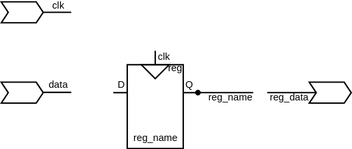
The draw.io diagram .pic/Basic Verilog structures/registers/fig_03.drawio.svg in MPSU/APS, before a commit. Source tidied: cells renumbered, new cells last; positions are measured from the earlier drawing's top-left corner, leaving out a move shared by most shapes. Its diagram source:
```xml
<mxGraphModel>
  <root>
    <mxCell id="0" />
    <mxCell id="1" parent="0" />
    <mxCell id="2" value="&lt;font style=&quot;font-size: 7px;&quot;&gt;reg_name&lt;/font&gt;" style="rounded=0;whiteSpace=wrap;html=1;verticalAlign=bottom;spacingBottom=0;fillColor=none;" parent="1" vertex="1">
      <mxGeometry x="89.5" y="45" width="40" height="60" as="geometry" />
    </mxCell>
    <mxCell id="3" value="reg" style="text;html=1;strokeColor=none;fillColor=none;align=center;verticalAlign=middle;whiteSpace=wrap;rounded=0;fontSize=7;" parent="1" vertex="1">
      <mxGeometry x="116.5" y="44" width="14" height="8" as="geometry" />
    </mxCell>
    <mxCell id="4" style="endArrow=none;html=1;rounded=0;fontSize=7;" parent="1" edge="1">
      <mxGeometry relative="1" as="geometry">
        <mxPoint x="89.5" y="65" as="sourcePoint" />
        <mxPoint x="79.5" y="65" as="targetPoint" />
      </mxGeometry>
    </mxCell>
    <mxCell id="5" style="endArrow=none;html=1;rounded=0;fontSize=7;" parent="1" edge="1">
      <mxGeometry relative="1" as="geometry">
        <mxPoint x="139.5" y="65" as="sourcePoint" />
        <mxPoint x="129.5" y="65" as="targetPoint" />
      </mxGeometry>
    </mxCell>
    <mxCell id="6" style="endArrow=none;html=1;rounded=0;fontSize=7;" parent="1" edge="1">
      <mxGeometry relative="1" as="geometry">
        <mxPoint x="109.5" y="45" as="sourcePoint" />
        <mxPoint x="109.5" y="35" as="targetPoint" />
      </mxGeometry>
    </mxCell>
    <mxCell id="7" style="triangle;whiteSpace=wrap;html=1;fontSize=7;rotation=90;fillColor=none;" parent="1" vertex="1">
      <mxGeometry x="104.5" y="40" width="10" height="20" as="geometry" />
    </mxCell>
    <mxCell id="8" value="D" style="text;html=1;strokeColor=none;fillColor=none;align=center;verticalAlign=middle;whiteSpace=wrap;rounded=0;fontSize=7;" parent="1" vertex="1">
      <mxGeometry x="82.5" y="55" width="5" height="10" as="geometry" />
    </mxCell>
    <mxCell id="9" value="Q" style="text;html=1;strokeColor=none;fillColor=none;align=center;verticalAlign=middle;whiteSpace=wrap;rounded=0;fontSize=7;" parent="1" vertex="1">
      <mxGeometry x="130.5" y="55" width="6" height="10" as="geometry" />
    </mxCell>
    <mxCell id="10" value="clk" style="text;html=1;strokeColor=none;fillColor=none;align=center;verticalAlign=middle;whiteSpace=wrap;rounded=0;fontSize=7;" parent="1" vertex="1">
      <mxGeometry x="110.5" y="35" width="10" height="10" as="geometry" />
    </mxCell>
    <mxCell id="11" style="endArrow=none;html=1;rounded=0;fontSize=7;startArrow=oval;startFill=1;startSize=3;" parent="1" edge="1">
      <mxGeometry relative="1" as="geometry">
        <mxPoint x="140" y="65" as="sourcePoint" />
        <mxPoint x="179.5" y="65" as="targetPoint" />
      </mxGeometry>
    </mxCell>
    <mxCell id="12" value="&lt;font style=&quot;font-size: 7px;&quot;&gt;reg_name&lt;/font&gt;" style="edgeLabel;html=1;align=center;verticalAlign=middle;fontSize=7;labelBackgroundColor=none;" parent="11" vertex="1">
      <mxGeometry x="0.13" relative="1" as="geometry">
        <mxPoint y="3" as="offset" />
      </mxGeometry>
    </mxCell>
    <mxCell id="13" style="shape=step;perimeter=stepPerimeter;whiteSpace=wrap;html=1;fixedSize=1;labelBackgroundColor=#CB9EFF;fontSize=7;fillColor=none;size=5;" parent="1" vertex="1">
      <mxGeometry x="-0.5" width="30" height="15" as="geometry" />
    </mxCell>
    <mxCell id="14" style="shape=step;perimeter=stepPerimeter;whiteSpace=wrap;html=1;fixedSize=1;labelBackgroundColor=#CB9EFF;fontSize=7;fillColor=none;size=5;" parent="1" vertex="1">
      <mxGeometry x="-0.5" y="57.5" width="30" height="15" as="geometry" />
    </mxCell>
    <mxCell id="15" style="endArrow=none;html=1;rounded=0;fontSize=7;" parent="1" edge="1">
      <mxGeometry relative="1" as="geometry">
        <mxPoint x="49.5" y="64.8" as="sourcePoint" />
        <mxPoint x="29.5" y="64.8" as="targetPoint" />
      </mxGeometry>
    </mxCell>
    <mxCell id="16" value="data" style="edgeLabel;html=1;align=center;verticalAlign=middle;fontSize=7;labelBackgroundColor=none;" parent="15" vertex="1">
      <mxGeometry x="0.2" relative="1" as="geometry">
        <mxPoint x="2" y="-5" as="offset" />
      </mxGeometry>
    </mxCell>
    <mxCell id="17" style="endArrow=none;html=1;rounded=0;fontSize=7;" parent="1" edge="1">
      <mxGeometry relative="1" as="geometry">
        <mxPoint x="29.5" y="7.5" as="sourcePoint" />
        <mxPoint x="49.5" y="7.5" as="targetPoint" />
      </mxGeometry>
    </mxCell>
    <mxCell id="18" value="&lt;div&gt;clk&lt;/div&gt;" style="edgeLabel;html=1;align=center;verticalAlign=middle;fontSize=7;labelBackgroundColor=none;" parent="17" vertex="1">
      <mxGeometry x="0.4" y="-1" relative="1" as="geometry">
        <mxPoint x="-4" y="-6" as="offset" />
      </mxGeometry>
    </mxCell>
    <mxCell id="19" style="shape=step;perimeter=stepPerimeter;whiteSpace=wrap;html=1;fixedSize=1;labelBackgroundColor=#CB9EFF;fontSize=7;fillColor=none;size=5;" parent="1" vertex="1">
      <mxGeometry x="219.5" y="57.5" width="30" height="15" as="geometry" />
    </mxCell>
    <mxCell id="20" style="endArrow=none;html=1;rounded=0;fontSize=7;" parent="1" edge="1">
      <mxGeometry relative="1" as="geometry">
        <mxPoint x="224.5" y="65" as="sourcePoint" />
        <mxPoint x="189.5" y="65" as="targetPoint" />
      </mxGeometry>
    </mxCell>
    <mxCell id="21" value="reg_data" style="edgeLabel;html=1;align=center;verticalAlign=middle;fontSize=7;labelBackgroundColor=none;" parent="20" vertex="1">
      <mxGeometry x="0.2" relative="1" as="geometry">
        <mxPoint x="1" y="3" as="offset" />
      </mxGeometry>
    </mxCell>
  </root>
</mxGraphModel>
```
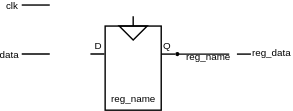
The same diagram one commit later.

The edit, as a diff of the source:
```diff
@@ -1,95 +1,75 @@
-<mxGraphModel>
+<mxGraphModel background="#ffffff">
   <root>
     <mxCell id="0" />
     <mxCell id="1" parent="0" />
     <mxCell id="2" value="&lt;font style=&quot;font-size: 7px;&quot;&gt;reg_name&lt;/font&gt;" style="rounded=0;whiteSpace=wrap;html=1;verticalAlign=bottom;spacingBottom=0;fillColor=none;" parent="1" vertex="1">
-      <mxGeometry x="89.5" y="45" width="40" height="60" as="geometry" />
+      <mxGeometry x="95.5" y="7" width="40" height="60" as="geometry" />
     </mxCell>
-    <mxCell id="3" value="reg" style="text;html=1;strokeColor=none;fillColor=none;align=center;verticalAlign=middle;whiteSpace=wrap;rounded=0;fontSize=7;" parent="1" vertex="1">
-      <mxGeometry x="116.5" y="44" width="14" height="8" as="geometry" />
+    <mxCell id="3" style="endArrow=none;html=1;rounded=0;fontSize=7;" parent="1" edge="1">
+      <mxGeometry relative="1" as="geometry">
+        <mxPoint x="145.5" y="27" as="sourcePoint" />
+        <mxPoint x="135.5" y="27" as="targetPoint" />
+      </mxGeometry>
     </mxCell>
-    <mxCell id="4" style="endArrow=none;html=1;rounded=0;fontSize=7;" parent="1" edge="1">
+    <mxCell id="4" style="edgeStyle=orthogonalEdgeStyle;rounded=0;orthogonalLoop=1;jettySize=auto;html=1;endArrow=none;endFill=0;" parent="1" edge="1">
       <mxGeometry relative="1" as="geometry">
-        <mxPoint x="89.5" y="65" as="sourcePoint" />
-        <mxPoint x="79.5" y="65" as="targetPoint" />
+        <mxPoint x="56" y="-8" as="sourcePoint" />
+        <mxPoint x="36" y="-8" as="targetPoint" />
+        <Array as="points">
+          <mxPoint x="46" y="-8" />
+          <mxPoint x="46" y="-8" />
+        </Array>
       </mxGeometry>
     </mxCell>
-    <mxCell id="5" style="endArrow=none;html=1;rounded=0;fontSize=7;" parent="1" edge="1">
+    <mxCell id="5" style="edgeStyle=orthogonalEdgeStyle;rounded=0;jettySize=auto;html=1;exitX=0;exitY=0.5;exitDx=0;exitDy=0;endArrow=none;endFill=0;" parent="1" edge="1" source="6">
       <mxGeometry relative="1" as="geometry">
-        <mxPoint x="139.5" y="65" as="sourcePoint" />
-        <mxPoint x="129.5" y="65" as="targetPoint" />
+        <mxPoint x="115.5" as="targetPoint" />
       </mxGeometry>
     </mxCell>
-    <mxCell id="6" style="endArrow=none;html=1;rounded=0;fontSize=7;" parent="1" edge="1">
-      <mxGeometry relative="1" as="geometry">
-        <mxPoint x="109.5" y="45" as="sourcePoint" />
-        <mxPoint x="109.5" y="35" as="targetPoint" />
-      </mxGeometry>
+    <mxCell id="6" style="triangle;whiteSpace=wrap;html=1;fontSize=7;rotation=90;fillColor=none;" parent="1" vertex="1">
+      <mxGeometry x="110.5" y="2" width="10" height="20" as="geometry" />
     </mxCell>
-    <mxCell id="7" style="triangle;whiteSpace=wrap;html=1;fontSize=7;rotation=90;fillColor=none;" parent="1" vertex="1">
-      <mxGeometry x="104.5" y="40" width="10" height="20" as="geometry" />
+    <mxCell id="7" value="Q" style="text;html=1;strokeColor=none;fillColor=none;align=center;verticalAlign=middle;whiteSpace=wrap;rounded=0;fontSize=7;" parent="1" vertex="1">
+      <mxGeometry x="136.5" y="17" width="6" height="10" as="geometry" />
     </mxCell>
-    <mxCell id="8" value="D" style="text;html=1;strokeColor=none;fillColor=none;align=center;verticalAlign=middle;whiteSpace=wrap;rounded=0;fontSize=7;" parent="1" vertex="1">
-      <mxGeometry x="82.5" y="55" width="5" height="10" as="geometry" />
+    <mxCell id="8" style="endArrow=none;html=1;rounded=0;fontSize=7;startArrow=oval;startFill=1;endSize=6;startSize=2;" parent="1" edge="1">
+      <mxGeometry relative="1" as="geometry">
+        <mxPoint x="147" y="27" as="sourcePoint" />
+        <mxPoint x="184" y="27" as="targetPoint" />
+      </mxGeometry>
     </mxCell>
-    <mxCell id="9" value="Q" style="text;html=1;strokeColor=none;fillColor=none;align=center;verticalAlign=middle;whiteSpace=wrap;rounded=0;fontSize=7;" parent="1" vertex="1">
-      <mxGeometry x="130.5" y="55" width="6" height="10" as="geometry" />
+    <mxCell id="9" style="endArrow=none;html=1;rounded=0;fontSize=7;" parent="1" edge="1">
+      <mxGeometry relative="1" as="geometry">
+        <mxPoint x="189.5" y="27" as="sourcePoint" />
+        <mxPoint x="199.5" y="27" as="targetPoint" />
+      </mxGeometry>
     </mxCell>
-    <mxCell id="10" value="clk" style="text;html=1;strokeColor=none;fillColor=none;align=center;verticalAlign=middle;whiteSpace=wrap;rounded=0;fontSize=7;" parent="1" vertex="1">
-      <mxGeometry x="110.5" y="35" width="10" height="10" as="geometry" />
+    <mxCell id="10" value="reg_data" style="edgeLabel;html=1;align=center;verticalAlign=middle;fontSize=7;labelBackgroundColor=none;" parent="1" vertex="1">
+      <mxGeometry x="214" y="27" as="geometry" />
     </mxCell>
-    <mxCell id="11" style="endArrow=none;html=1;rounded=0;fontSize=7;startArrow=oval;startFill=1;startSize=3;" parent="1" edge="1">
-      <mxGeometry relative="1" as="geometry">
-        <mxPoint x="140" y="65" as="sourcePoint" />
-        <mxPoint x="179.5" y="65" as="targetPoint" />
-      </mxGeometry>
+    <mxCell id="11" value="data" style="edgeLabel;html=1;align=center;verticalAlign=middle;fontSize=7;labelBackgroundColor=none;" parent="1" vertex="1">
+      <mxGeometry x="27" y="27" as="geometry" />
     </mxCell>
-    <mxCell id="12" value="&lt;font style=&quot;font-size: 7px;&quot;&gt;reg_name&lt;/font&gt;" style="edgeLabel;html=1;align=center;verticalAlign=middle;fontSize=7;labelBackgroundColor=none;" parent="11" vertex="1">
-      <mxGeometry x="0.13" relative="1" as="geometry">
-        <mxPoint y="3" as="offset" />
-      </mxGeometry>
+    <mxCell id="12" value="clk" style="edgeLabel;html=1;align=center;verticalAlign=middle;fontSize=7;labelBackgroundColor=none;" parent="1" vertex="1">
+      <mxGeometry x="29" y="-8" as="geometry" />
     </mxCell>
-    <mxCell id="13" style="shape=step;perimeter=stepPerimeter;whiteSpace=wrap;html=1;fixedSize=1;labelBackgroundColor=#CB9EFF;fontSize=7;fillColor=none;size=5;" parent="1" vertex="1">
-      <mxGeometry x="-0.5" width="30" height="15" as="geometry" />
+    <mxCell id="13" style="edgeStyle=orthogonalEdgeStyle;rounded=0;orthogonalLoop=1;jettySize=auto;html=1;exitX=0;exitY=0.75;exitDx=0;exitDy=0;exitPerimeter=0;endArrow=none;endFill=0;" parent="1" edge="1">
+      <mxGeometry relative="1" as="geometry">
+        <mxPoint x="56" y="26.9" as="sourcePoint" />
+        <mxPoint x="36" y="26.9" as="targetPoint" />
+      </mxGeometry>
     </mxCell>
-    <mxCell id="14" style="shape=step;perimeter=stepPerimeter;whiteSpace=wrap;html=1;fixedSize=1;labelBackgroundColor=#CB9EFF;fontSize=7;fillColor=none;size=5;" parent="1" vertex="1">
-      <mxGeometry x="-0.5" y="57.5" width="30" height="15" as="geometry" />
+    <mxCell id="14" style="edgeStyle=orthogonalEdgeStyle;rounded=0;orthogonalLoop=1;jettySize=auto;html=1;exitX=0;exitY=0.75;exitDx=0;exitDy=0;exitPerimeter=0;endArrow=none;endFill=0;" parent="1" edge="1">
+      <mxGeometry relative="1" as="geometry">
+        <mxPoint x="95" y="26.9" as="sourcePoint" />
+        <mxPoint x="85" y="26.9" as="targetPoint" />
+      </mxGeometry>
     </mxCell>
-    <mxCell id="15" style="endArrow=none;html=1;rounded=0;fontSize=7;" parent="1" edge="1">
-      <mxGeometry relative="1" as="geometry">
-        <mxPoint x="49.5" y="64.8" as="sourcePoint" />
-        <mxPoint x="29.5" y="64.8" as="targetPoint" />
-      </mxGeometry>
+    <mxCell id="15" value="D" style="text;html=1;strokeColor=none;fillColor=none;align=center;verticalAlign=middle;whiteSpace=wrap;rounded=0;fontSize=7;" parent="1" vertex="1">
+      <mxGeometry x="87.5" y="17" width="6" height="10" as="geometry" />
     </mxCell>
-    <mxCell id="16" value="data" style="edgeLabel;html=1;align=center;verticalAlign=middle;fontSize=7;labelBackgroundColor=none;" parent="15" vertex="1">
-      <mxGeometry x="0.2" relative="1" as="geometry">
-        <mxPoint x="2" y="-5" as="offset" />
-      </mxGeometry>
+    <mxCell id="16" value="&lt;font style=&quot;font-size: 7px;&quot;&gt;reg_name&lt;/font&gt;" style="edgeLabel;html=1;align=center;verticalAlign=middle;fontSize=7;labelBackgroundColor=none;" parent="1" vertex="1">
+      <mxGeometry x="168.9" y="29.9" as="geometry" />
     </mxCell>
-    <mxCell id="17" style="endArrow=none;html=1;rounded=0;fontSize=7;" parent="1" edge="1">
-      <mxGeometry relative="1" as="geometry">
-        <mxPoint x="29.5" y="7.5" as="sourcePoint" />
-        <mxPoint x="49.5" y="7.5" as="targetPoint" />
-      </mxGeometry>
-    </mxCell>
-    <mxCell id="18" value="&lt;div&gt;clk&lt;/div&gt;" style="edgeLabel;html=1;align=center;verticalAlign=middle;fontSize=7;labelBackgroundColor=none;" parent="17" vertex="1">
-      <mxGeometry x="0.4" y="-1" relative="1" as="geometry">
-        <mxPoint x="-4" y="-6" as="offset" />
-      </mxGeometry>
-    </mxCell>
-    <mxCell id="19" style="shape=step;perimeter=stepPerimeter;whiteSpace=wrap;html=1;fixedSize=1;labelBackgroundColor=#CB9EFF;fontSize=7;fillColor=none;size=5;" parent="1" vertex="1">
-      <mxGeometry x="219.5" y="57.5" width="30" height="15" as="geometry" />
-    </mxCell>
-    <mxCell id="20" style="endArrow=none;html=1;rounded=0;fontSize=7;" parent="1" edge="1">
-      <mxGeometry relative="1" as="geometry">
-        <mxPoint x="224.5" y="65" as="sourcePoint" />
-        <mxPoint x="189.5" y="65" as="targetPoint" />
-      </mxGeometry>
-    </mxCell>
-    <mxCell id="21" value="reg_data" style="edgeLabel;html=1;align=center;verticalAlign=middle;fontSize=7;labelBackgroundColor=none;" parent="20" vertex="1">
-      <mxGeometry x="0.2" relative="1" as="geometry">
-        <mxPoint x="1" y="3" as="offset" />
-      </mxGeometry>
-    </mxCell>
   </root>
 </mxGraphModel>
```
